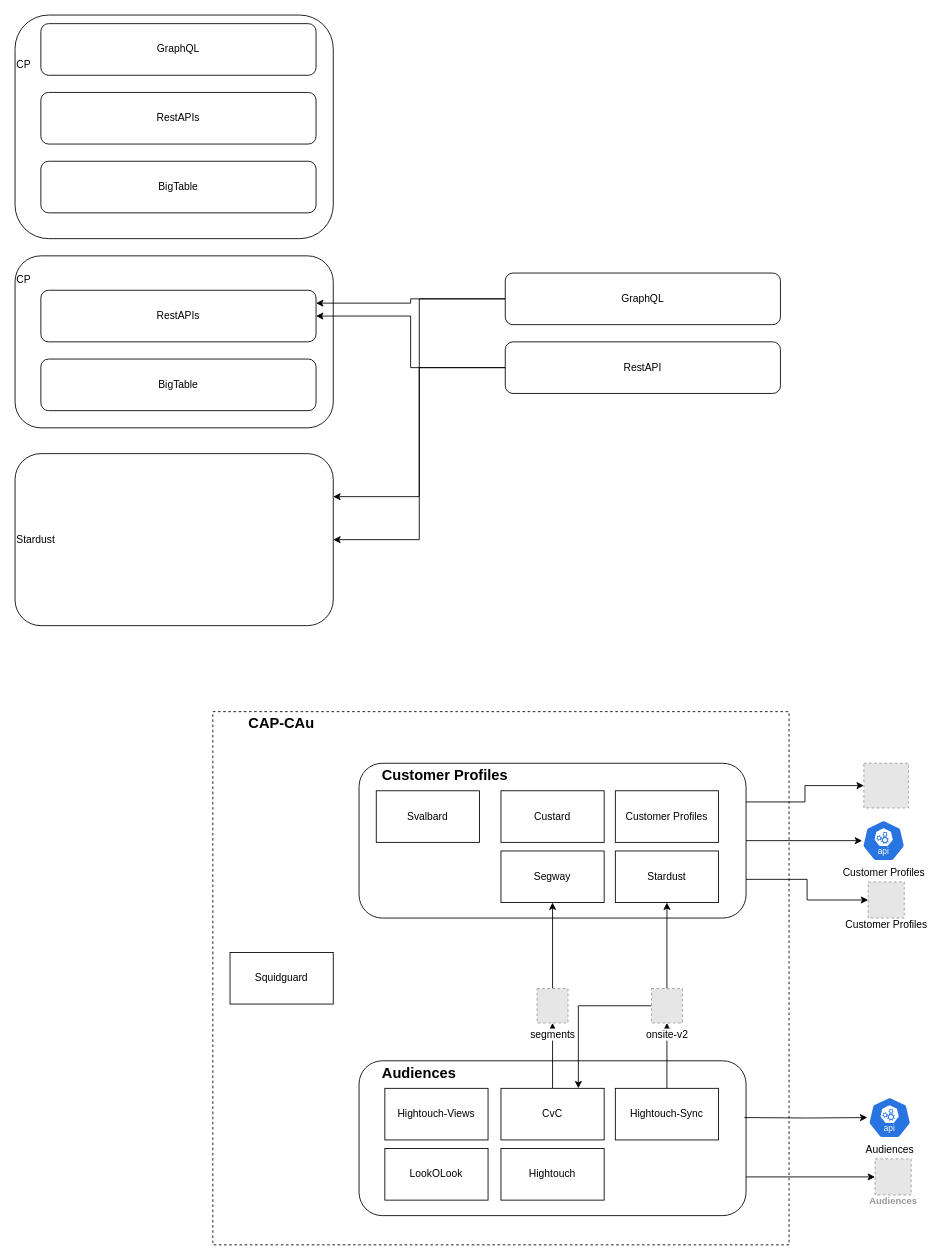
The draw.io diagram bounded-countexts.drawio in peymanmahdikhani/extra, before the edit. Source tidied: cells renumbered, new cells numbered last; positions are measured from the earlier drawing's top-left corner, leaving out a move shared by most shapes. Both pictures are drawn from the tidied source at 86%, with x=0, y=0 at pixel (15, 15). Pictures stored in the file or linked from it are replaced by grey dashed boxes.
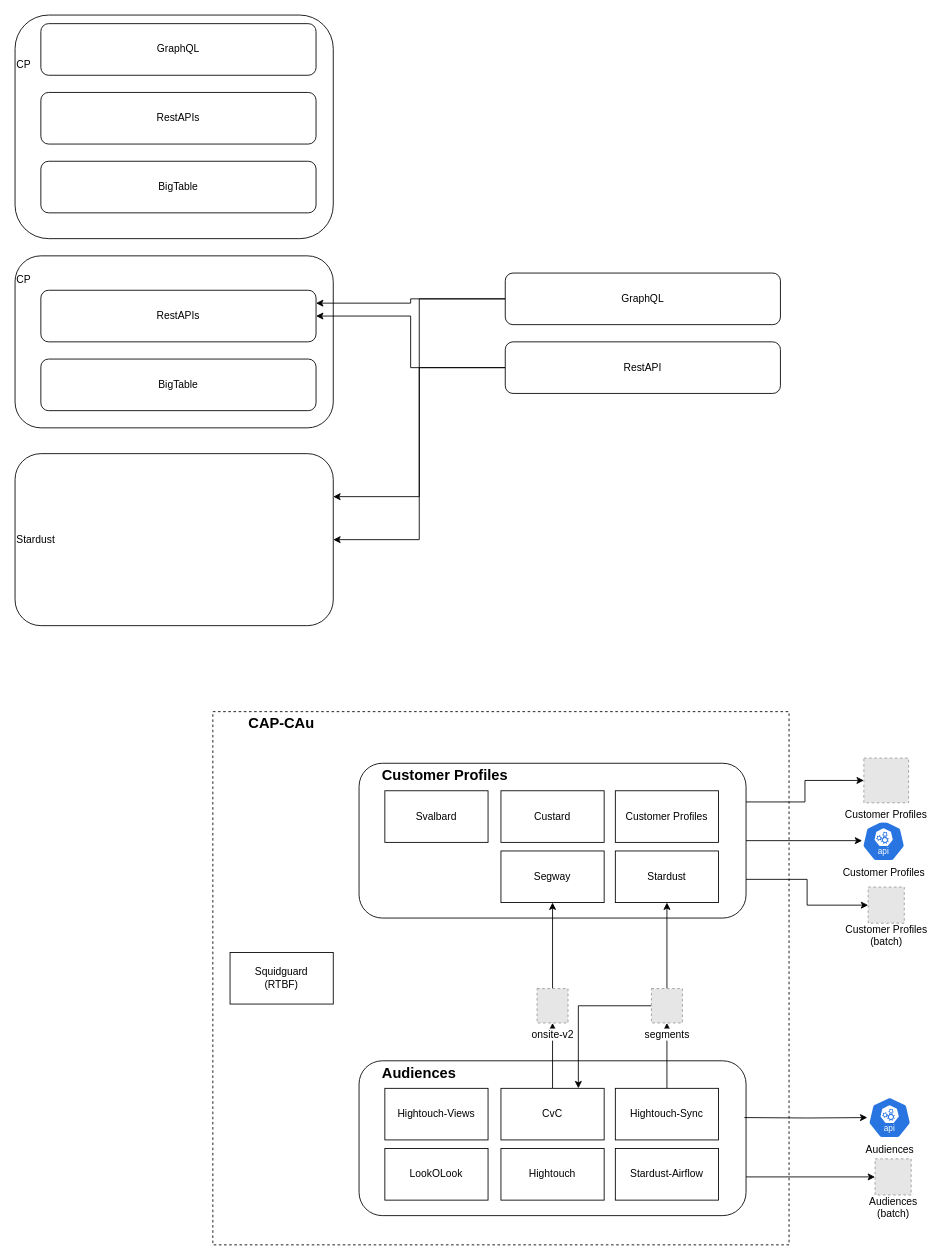
The same diagram, later.

Change to the diagram source:
```diff
@@
     <mxCell id="25" value="Svalbard" style="rounded=0;whiteSpace=wrap;html=1;" parent="1" vertex="1">
-      <mxGeometry x="420" y="902" width="120" height="60" as="geometry" />
+      <mxGeometry x="430" y="902" width="120" height="60" as="geometry" />
     </mxCell>
@@
-    <mxCell id="29" value="Squidguard" style="rounded=0;whiteSpace=wrap;html=1;" parent="1" vertex="1">
+    <mxCell id="29" value="Squidguard&lt;div&gt;(RTBF)&lt;/div&gt;" style="rounded=0;whiteSpace=wrap;html=1;" parent="1" vertex="1">
       <mxGeometry x="250" y="1090" width="120" height="60" as="geometry" />
     </mxCell>
@@
-    <mxCell id="34" value="segments" style="fillColor=#E6E6E6;strokeColor=#999999;dashed=1;html=1;verticalLabelPosition=bottom;labelBackgroundColor=#ffffff;verticalAlign=top;" parent="1" vertex="1">
+    <mxCell id="34" value="onsite-v2" style="fillColor=#E6E6E6;strokeColor=#999999;dashed=1;html=1;verticalLabelPosition=bottom;labelBackgroundColor=#ffffff;verticalAlign=top;" parent="1" vertex="1">
       <mxGeometry x="607" y="1132" width="36" height="40" as="geometry" />
     </mxCell>
@@
-    <mxCell id="37" value="onsite-v2" style="fillColor=#E6E6E6;strokeColor=#999999;dashed=1;html=1;verticalLabelPosition=bottom;labelBackgroundColor=#ffffff;verticalAlign=top;" parent="1" vertex="1">
+    <mxCell id="37" value="segments" style="fillColor=#E6E6E6;strokeColor=#999999;dashed=1;html=1;verticalLabelPosition=bottom;labelBackgroundColor=#ffffff;verticalAlign=top;" parent="1" vertex="1">
       <mxGeometry x="740" y="1132" width="36" height="40" as="geometry" />
     </mxCell>
-    <mxCell id="38" value="Audiences" style="fillColor=#E6E6E6;strokeColor=#999999;dashed=1;html=1;verticalAlign=top;labelPosition=center;verticalLabelPosition=bottom;align=center;spacingTop=-6;fontSize=11;fontStyle=1;fontColor=#999999;" parent="1" vertex="1">
+    <mxCell id="38" value="&lt;span style=&quot;caret-color: rgb(0, 0, 0); color: rgb(0, 0, 0); font-size: 12px; font-weight: 400;&quot;&gt;Audiences&lt;/span&gt;&lt;div&gt;&lt;span style=&quot;caret-color: rgb(0, 0, 0); color: rgb(0, 0, 0); font-size: 12px; font-weight: 400;&quot;&gt;(batch)&lt;/span&gt;&lt;/div&gt;" style="fillColor=#E6E6E6;strokeColor=#999999;dashed=1;html=1;verticalAlign=top;labelPosition=center;verticalLabelPosition=bottom;align=center;spacingTop=-6;fontSize=11;fontStyle=1;fontColor=#999999;" parent="1" vertex="1">
       <mxGeometry x="1000" y="1330" width="42" height="42" as="geometry" />
     </mxCell>
@@
-    <mxCell id="43" value="&lt;span style=&quot;caret-color: rgb(0, 0, 0); color: rgb(0, 0, 0); font-size: 12px; font-weight: 400;&quot;&gt;Customer Profiles&lt;/span&gt;" style="fillColor=#E6E6E6;strokeColor=#999999;dashed=1;html=1;verticalAlign=top;labelPosition=center;verticalLabelPosition=bottom;align=center;spacingTop=-6;fontSize=11;fontStyle=1;fontColor=#999999;" parent="1" vertex="1">
-      <mxGeometry x="992" y="1008" width="42" height="42" as="geometry" />
+    <mxCell id="43" value="&lt;span style=&quot;caret-color: rgb(0, 0, 0); color: rgb(0, 0, 0); font-size: 12px; font-weight: 400;&quot;&gt;Customer Profiles&lt;/span&gt;&lt;div&gt;&lt;span style=&quot;caret-color: rgb(0, 0, 0); color: rgb(0, 0, 0); font-size: 12px; font-weight: 400;&quot;&gt;(batch)&lt;/span&gt;&lt;/div&gt;" style="fillColor=#E6E6E6;strokeColor=#999999;dashed=1;html=1;verticalAlign=top;labelPosition=center;verticalLabelPosition=bottom;align=center;spacingTop=-6;fontSize=11;fontStyle=1;fontColor=#999999;" parent="1" vertex="1">
+      <mxGeometry x="992" y="1014" width="42" height="42" as="geometry" />
     </mxCell>
@@
-    <mxCell id="45" style="fillColor=#E6E6E6;strokeColor=#999999;dashed=1;verticalLabelPosition=bottom;labelBackgroundColor=default;verticalAlign=top;" parent="1" vertex="1">
-      <mxGeometry x="987" y="870" width="52" height="52" as="geometry" />
+    <mxCell id="45" value="Customer Profiles" style="fillColor=#E6E6E6;strokeColor=#999999;dashed=1;verticalLabelPosition=bottom;labelBackgroundColor=default;verticalAlign=top;" parent="1" vertex="1">
+      <mxGeometry x="987" y="864" width="52" height="52" as="geometry" />
     </mxCell>
@@
+    <mxCell id="50" value="Stardust-Airflow" style="rounded=0;whiteSpace=wrap;html=1;" parent="1" vertex="1">
+      <mxGeometry x="698" y="1318" width="120" height="60" as="geometry" />
+    </mxCell>
```
